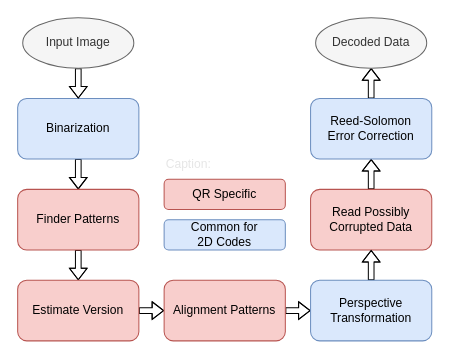
This is DecodingStepsDiagram.drawio from vestr-at-work/open-reader, a draw.io file, before an edit. Source tidied: cells renumbered, new cells numbered last; positions are measured from the earlier drawing's top-left corner, leaving out a move shared by most shapes. Both pictures are drawn from the tidied source at 101%, with x=0, y=0 at pixel (17, 17).
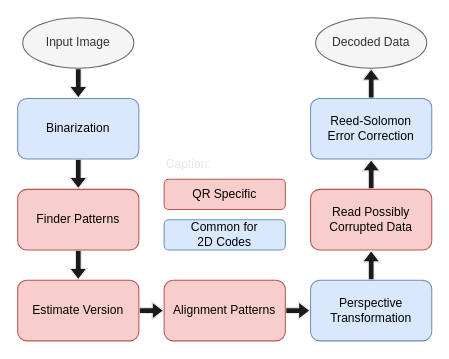
Above is the later version.

Commit message (it also covers changes not shown here):
Fix diagram colors

The change refers to these unchanged cells:
```xml
<mxCell id="3" value="&lt;div&gt;Binarization&lt;/div&gt;" style="rounded=1;whiteSpace=wrap;html=1;fillColor=#dae8fc;strokeColor=#6c8ebf;" parent="1" vertex="1">
  <mxGeometry y="80" width="120" height="60" as="geometry" />
</mxCell>
<mxCell id="5" value="&lt;div&gt;Finder Patterns&lt;/div&gt;" style="rounded=1;whiteSpace=wrap;html=1;fillColor=#f8cecc;strokeColor=#b85450;" parent="1" vertex="1">
  <mxGeometry y="170" width="120" height="60" as="geometry" />
</mxCell>
<mxCell id="7" value="&lt;div&gt;Estimate Version&lt;/div&gt;" style="rounded=1;whiteSpace=wrap;html=1;fillColor=#f8cecc;strokeColor=#b85450;" parent="1" vertex="1">
  <mxGeometry y="260" width="120" height="60" as="geometry" />
</mxCell>
<mxCell id="9" value="&lt;div&gt;Alignment Patterns&lt;/div&gt;" style="rounded=1;whiteSpace=wrap;html=1;fillColor=#f8cecc;strokeColor=#b85450;" parent="1" vertex="1">
  <mxGeometry x="145" y="260" width="120" height="60" as="geometry" />
</mxCell>
<mxCell id="11" value="&lt;div&gt;Read Possibly&lt;/div&gt;&lt;div&gt;Corrupted Data&lt;/div&gt;" style="rounded=1;whiteSpace=wrap;html=1;fillColor=#f8cecc;strokeColor=#b85450;direction=west;" parent="1" vertex="1">
  <mxGeometry x="290" y="170" width="120" height="60" as="geometry" />
</mxCell>
<mxCell id="13" value="Reed-Solomon&lt;br&gt;&lt;div&gt;Error Correction&lt;/div&gt;" style="rounded=1;whiteSpace=wrap;html=1;fillColor=#dae8fc;strokeColor=#6c8ebf;direction=west;" parent="1" vertex="1">
  <mxGeometry x="290" y="80" width="120" height="60" as="geometry" />
</mxCell>
<mxCell id="15" value="Perspective&lt;br&gt;Transformation" style="rounded=1;whiteSpace=wrap;html=1;fillColor=#dae8fc;strokeColor=#6c8ebf;direction=west;" parent="1" vertex="1">
  <mxGeometry x="290" y="260" width="120" height="60" as="geometry" />
</mxCell>
<mxCell id="20" value="&lt;div&gt;Input Image&lt;/div&gt;" style="ellipse;whiteSpace=wrap;html=1;fillColor=#f5f5f5;strokeColor=#666666;fontColor=#333333;" parent="1" vertex="1">
  <mxGeometry x="5" width="110" height="50" as="geometry" />
</mxCell>
<mxCell id="21" value="&lt;div&gt;Decoded Data&lt;/div&gt;" style="ellipse;whiteSpace=wrap;html=1;fillColor=#f5f5f5;fontColor=#333333;strokeColor=#666666;" parent="1" vertex="1">
  <mxGeometry x="295" width="110" height="50" as="geometry" />
</mxCell>
```

Change to the diagram source:
```diff
@@
-    <mxCell id="2" style="edgeStyle=orthogonalEdgeStyle;rounded=0;jettySize=auto;html=1;shape=flexArrow;fillColor=none;width=5.625;endSize=3.45625;endWidth=10.859375;" parent="1" edge="1" source="3" target="5">
+    <mxCell id="2" style="edgeStyle=orthogonalEdgeStyle;rounded=0;jettySize=auto;html=1;shape=flexArrow;fillColor=#1A1A1A;width=5.625;endSize=3.45625;endWidth=10.859375;strokeColor=#E6E6E6;shadow=0;" parent="1" edge="1" source="3" target="5">
       <mxGeometry relative="1" as="geometry" />
     </mxCell>
@@
-    <mxCell id="4" style="edgeStyle=orthogonalEdgeStyle;rounded=0;jettySize=auto;html=1;shape=flexArrow;fillColor=none;width=5.625;endSize=3.45625;endWidth=10.859375;" parent="1" edge="1" source="5" target="7">
+    <mxCell id="4" style="edgeStyle=orthogonalEdgeStyle;rounded=0;jettySize=auto;html=1;shape=flexArrow;fillColor=#1A1A1A;width=5.625;endSize=3.45625;endWidth=10.859375;strokeColor=#E6E6E6;shadow=0;" parent="1" edge="1" source="5" target="7">
       <mxGeometry relative="1" as="geometry" />
     </mxCell>
@@
-    <mxCell id="6" style="edgeStyle=orthogonalEdgeStyle;rounded=0;jettySize=auto;html=1;shape=flexArrow;fillColor=none;width=5.625;endSize=3.45625;endWidth=10.859375;" parent="1" edge="1" source="7" target="9">
+    <mxCell id="6" style="edgeStyle=orthogonalEdgeStyle;rounded=0;jettySize=auto;html=1;shape=flexArrow;fillColor=#1A1A1A;width=5.625;endSize=3.45625;endWidth=10.859375;strokeColor=#E6E6E6;shadow=0;" parent="1" edge="1" source="7" target="9">
       <mxGeometry relative="1" as="geometry" />
     </mxCell>
@@
-    <mxCell id="8" style="edgeStyle=orthogonalEdgeStyle;rounded=0;jettySize=auto;html=1;shape=flexArrow;fillColor=none;width=5.625;endSize=3.45625;endWidth=10.859375;" parent="1" edge="1" source="9" target="15">
+    <mxCell id="8" style="edgeStyle=orthogonalEdgeStyle;rounded=0;jettySize=auto;html=1;shape=flexArrow;fillColor=#1A1A1A;width=5.625;endSize=3.45625;endWidth=10.859375;strokeColor=#E6E6E6;shadow=0;" parent="1" edge="1" source="9" target="15">
       <mxGeometry relative="1" as="geometry" />
     </mxCell>
@@
-    <mxCell id="10" style="edgeStyle=orthogonalEdgeStyle;rounded=0;jettySize=auto;html=1;shape=flexArrow;fillColor=none;width=5.625;endSize=3.45625;endWidth=10.859375;" parent="1" edge="1" source="11" target="13">
+    <mxCell id="10" style="edgeStyle=orthogonalEdgeStyle;rounded=0;jettySize=auto;html=1;shape=flexArrow;fillColor=#1A1A1A;width=5.625;endSize=3.45625;endWidth=10.859375;strokeColor=#E6E6E6;shadow=0;" parent="1" edge="1" source="11" target="13">
       <mxGeometry relative="1" as="geometry" />
     </mxCell>
@@
-    <mxCell id="12" style="edgeStyle=orthogonalEdgeStyle;rounded=0;jettySize=auto;html=1;shape=flexArrow;fillColor=none;width=5.625;endSize=3.45625;endWidth=10.859375;" parent="1" edge="1" source="13" target="21">
+    <mxCell id="12" style="edgeStyle=orthogonalEdgeStyle;rounded=0;jettySize=auto;html=1;shape=flexArrow;fillColor=#1A1A1A;width=5.625;endSize=3.45625;endWidth=10.859375;strokeColor=#E6E6E6;shadow=0;" parent="1" edge="1" source="13" target="21">
       <mxGeometry relative="1" as="geometry" />
     </mxCell>
@@
-    <mxCell id="14" style="edgeStyle=orthogonalEdgeStyle;rounded=0;jettySize=auto;html=1;shape=flexArrow;fillColor=none;width=5.625;endSize=3.45625;endWidth=10.859375;" parent="1" edge="1" source="15" target="11">
+    <mxCell id="14" style="edgeStyle=orthogonalEdgeStyle;rounded=0;jettySize=auto;html=1;shape=flexArrow;fillColor=#1A1A1A;width=5.625;endSize=3.45625;endWidth=10.859375;strokeColor=#E6E6E6;shadow=0;" parent="1" edge="1" source="15" target="11">
       <mxGeometry relative="1" as="geometry" />
     </mxCell>
@@
-    <mxCell id="19" style="edgeStyle=orthogonalEdgeStyle;rounded=0;jettySize=auto;html=1;shape=flexArrow;fillColor=none;width=5.625;endSize=3.45625;endWidth=10.859375;" parent="1" edge="1" source="20" target="3">
+    <mxCell id="19" style="edgeStyle=orthogonalEdgeStyle;rounded=0;jettySize=auto;html=1;shape=flexArrow;fillColor=#1A1A1A;width=5.625;endSize=3.45625;endWidth=10.859375;strokeColor=#E6E6E6;shadow=0;" parent="1" edge="1" source="20" target="3">
       <mxGeometry relative="1" as="geometry" />
     </mxCell>
```
